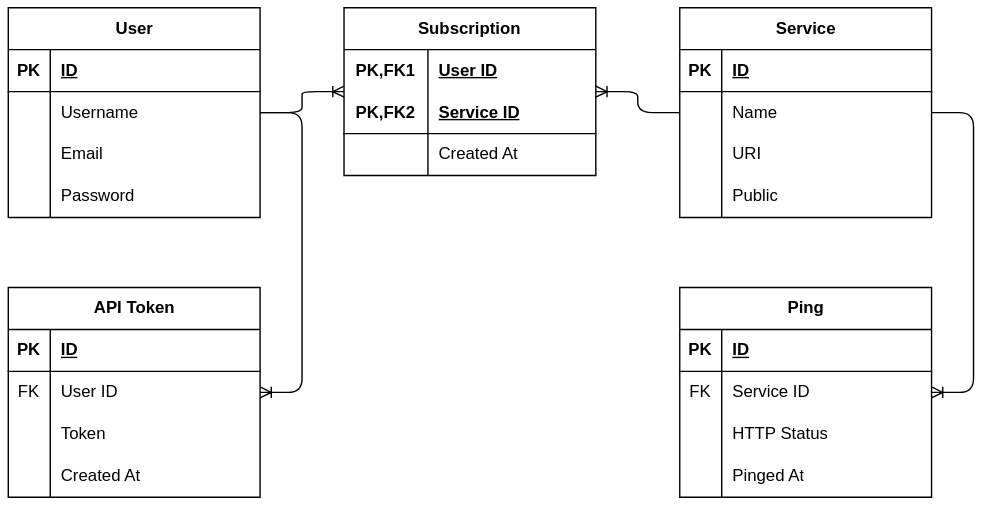
Above: assets/er_schema.drawio.svg in Mikel12455/downtime-panda (draw.io), before the change. Source tidied: cells renumbered, new cells last; positions are measured from the earlier drawing's top-left corner, leaving out a move shared by most shapes.
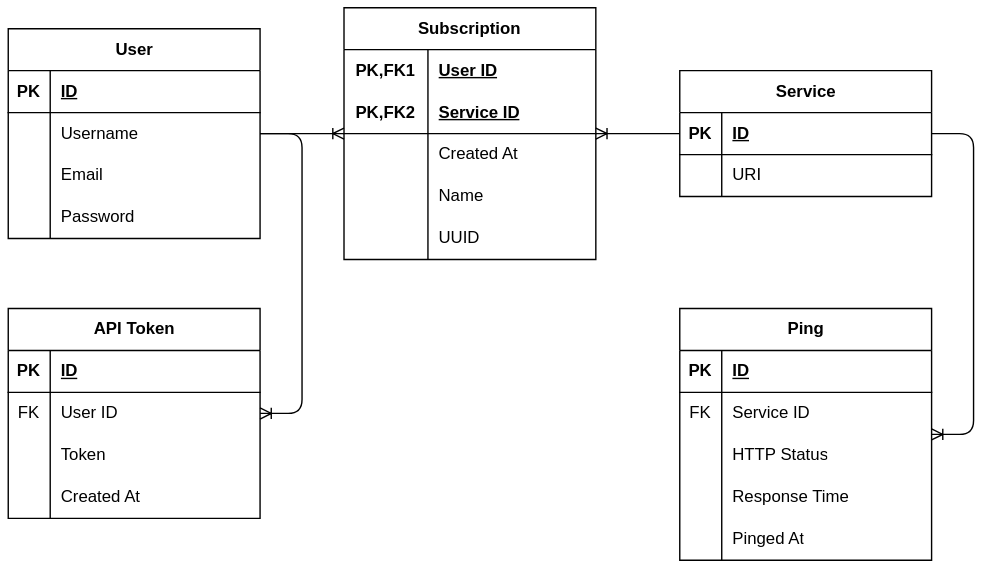
The same file after the commit.

The edit, as a diff of the source:
```diff
@@ -42,7 +42,7 @@
       <mxGeometry x="30" width="150" height="30" as="geometry" />
     </mxCell>
     <mxCell id="15" value="Service" style="shape=table;startSize=30;rowLines=0;fontStyle=1;align=center;html=1;shadow=0;comic=0;" parent="1" vertex="1">
-      <mxGeometry x="480" width="180" height="150" as="geometry" />
+      <mxGeometry x="480" y="30" width="180" height="90" as="geometry" />
     </mxCell>
     <mxCell id="16" style="shape=tableRow;horizontal=0;startSize=0;swimlaneHead=0;swimlaneBody=0;fillColor=none;top=0;left=0;right=0;bottom=1;shadow=0;comic=0;" parent="15" vertex="1">
       <mxGeometry y="30" width="180" height="30" as="geometry" />
@@ -53,17 +53,8 @@
     <mxCell id="18" value="ID" style="shape=partialRectangle;fillColor=none;top=0;left=0;bottom=0;right=0;align=left;spacingLeft=6;fontStyle=5;overflow=hidden;whiteSpace=wrap;html=1;shadow=0;comic=0;" parent="16" vertex="1">
       <mxGeometry x="30" width="150" height="30" as="geometry" />
     </mxCell>
-    <mxCell id="19" style="shape=tableRow;horizontal=0;startSize=0;swimlaneHead=0;swimlaneBody=0;fillColor=none;top=0;left=0;right=0;bottom=0;shadow=0;comic=0;" parent="15" vertex="1">
-      <mxGeometry y="60" width="180" height="30" as="geometry" />
-    </mxCell>
-    <mxCell id="20" style="shape=partialRectangle;fillColor=none;top=0;left=0;bottom=0;right=0;overflow=hidden;whiteSpace=wrap;html=1;shadow=0;comic=0;" parent="19" vertex="1">
-      <mxGeometry width="30" height="30" as="geometry" />
-    </mxCell>
-    <mxCell id="21" value="Name" style="shape=partialRectangle;fillColor=none;top=0;left=0;bottom=0;right=0;align=left;spacingLeft=6;overflow=hidden;whiteSpace=wrap;html=1;shadow=0;comic=0;" parent="19" vertex="1">
-      <mxGeometry x="30" width="150" height="30" as="geometry" />
-    </mxCell>
     <mxCell id="22" style="shape=tableRow;horizontal=0;startSize=0;swimlaneHead=0;swimlaneBody=0;fillColor=none;top=0;left=0;right=0;bottom=0;shadow=0;comic=0;" parent="15" vertex="1">
-      <mxGeometry y="90" width="180" height="30" as="geometry" />
+      <mxGeometry y="60" width="180" height="30" as="geometry" />
     </mxCell>
     <mxCell id="23" style="shape=partialRectangle;fillColor=none;top=0;left=0;bottom=0;right=0;overflow=hidden;whiteSpace=wrap;html=1;shadow=0;comic=0;" parent="22" vertex="1">
       <mxGeometry width="30" height="30" as="geometry" />
@@ -71,17 +62,8 @@
     <mxCell id="24" value="URI" style="shape=partialRectangle;fillColor=none;top=0;left=0;bottom=0;right=0;align=left;spacingLeft=6;overflow=hidden;whiteSpace=wrap;html=1;shadow=0;comic=0;" parent="22" vertex="1">
       <mxGeometry x="30" width="150" height="30" as="geometry" />
     </mxCell>
-    <mxCell id="25" style="shape=tableRow;horizontal=0;startSize=0;swimlaneHead=0;swimlaneBody=0;fillColor=none;top=0;left=0;right=0;bottom=0;shadow=0;comic=0;" parent="15" vertex="1">
-      <mxGeometry y="120" width="180" height="30" as="geometry" />
-    </mxCell>
-    <mxCell id="26" style="shape=partialRectangle;fillColor=none;top=0;left=0;bottom=0;right=0;overflow=hidden;whiteSpace=wrap;html=1;shadow=0;comic=0;" parent="25" vertex="1">
-      <mxGeometry width="30" height="30" as="geometry" />
-    </mxCell>
-    <mxCell id="27" value="Public" style="shape=partialRectangle;fillColor=none;top=0;left=0;bottom=0;right=0;align=left;spacingLeft=6;overflow=hidden;whiteSpace=wrap;html=1;shadow=0;comic=0;" parent="25" vertex="1">
-      <mxGeometry x="30" width="150" height="30" as="geometry" />
-    </mxCell>
     <mxCell id="28" value="Ping" style="shape=table;startSize=30;rowLines=0;fontStyle=1;align=center;html=1;shadow=0;comic=0;" parent="1" vertex="1">
-      <mxGeometry x="480" y="200" width="180" height="150" as="geometry" />
+      <mxGeometry x="480" y="200" width="180" height="180" as="geometry" />
     </mxCell>
     <mxCell id="29" style="shape=tableRow;horizontal=0;startSize=0;swimlaneHead=0;swimlaneBody=0;fillColor=none;top=0;left=0;right=0;bottom=1;shadow=0;comic=0;" parent="28" vertex="1">
       <mxGeometry y="30" width="180" height="30" as="geometry" />
@@ -110,8 +92,17 @@
     <mxCell id="37" value="HTTP Status" style="shape=partialRectangle;fillColor=none;top=0;left=0;bottom=0;right=0;align=left;spacingLeft=6;overflow=hidden;whiteSpace=wrap;html=1;shadow=0;comic=0;" parent="35" vertex="1">
       <mxGeometry x="30" width="150" height="30" as="geometry" />
     </mxCell>
+    <mxCell id="25" style="shape=tableRow;horizontal=0;startSize=0;swimlaneHead=0;swimlaneBody=0;fillColor=none;top=0;left=0;right=0;bottom=0;shadow=0;comic=0;" parent="28" vertex="1">
+      <mxGeometry y="120" width="180" height="30" as="geometry" />
+    </mxCell>
+    <mxCell id="68" style="shape=partialRectangle;fillColor=none;top=0;left=0;bottom=0;right=0;overflow=hidden;whiteSpace=wrap;html=1;shadow=0;comic=0;" parent="25" vertex="1">
+      <mxGeometry width="30" height="30" as="geometry" />
+    </mxCell>
+    <mxCell id="69" value="Response Time" style="shape=partialRectangle;fillColor=none;top=0;left=0;bottom=0;right=0;align=left;spacingLeft=6;overflow=hidden;whiteSpace=wrap;html=1;shadow=0;comic=0;" parent="25" vertex="1">
+      <mxGeometry x="30" width="150" height="30" as="geometry" />
+    </mxCell>
     <mxCell id="38" style="shape=tableRow;horizontal=0;startSize=0;swimlaneHead=0;swimlaneBody=0;fillColor=none;top=0;left=0;right=0;bottom=0;shadow=0;comic=0;" parent="28" vertex="1">
-      <mxGeometry y="120" width="180" height="30" as="geometry" />
+      <mxGeometry y="150" width="180" height="30" as="geometry" />
     </mxCell>
     <mxCell id="39" style="shape=partialRectangle;fillColor=none;top=0;left=0;bottom=0;right=0;overflow=hidden;whiteSpace=wrap;html=1;shadow=0;comic=0;" parent="38" vertex="1">
       <mxGeometry width="30" height="30" as="geometry" />
@@ -127,7 +118,7 @@
       </mxGeometry>
     </mxCell>
     <mxCell id="42" value="Subscription" style="shape=table;startSize=30;rowLines=0;fontStyle=1;align=center;html=1;whiteSpace=wrap;" parent="1" vertex="1">
-      <mxGeometry x="240" width="180" height="120" as="geometry" />
+      <mxGeometry x="240" y="-15" width="180" height="180" as="geometry" />
     </mxCell>
     <mxCell id="43" style="shape=tableRow;horizontal=0;startSize=0;swimlaneHead=0;swimlaneBody=0;fillColor=none;top=0;left=0;right=0;bottom=0;html=1;" parent="42" vertex="1">
       <mxGeometry y="30" width="180" height="30" as="geometry" />
@@ -156,6 +147,24 @@
     <mxCell id="51" value="Created At" style="shape=partialRectangle;fillColor=none;top=0;left=0;bottom=0;right=0;align=left;spacingLeft=6;overflow=hidden;html=1;whiteSpace=wrap;" parent="49" vertex="1">
       <mxGeometry x="60" width="120" height="30" as="geometry" />
     </mxCell>
+    <mxCell id="70" style="shape=tableRow;horizontal=0;startSize=0;swimlaneHead=0;swimlaneBody=0;fillColor=none;top=0;left=0;right=0;bottom=0;html=1;" parent="42" vertex="1">
+      <mxGeometry y="120" width="180" height="30" as="geometry" />
+    </mxCell>
+    <mxCell id="71" style="shape=partialRectangle;fillColor=none;top=0;left=0;bottom=0;right=0;overflow=hidden;html=1;whiteSpace=wrap;" parent="70" vertex="1">
+      <mxGeometry width="60" height="30" as="geometry" />
+    </mxCell>
+    <mxCell id="21" value="Name" style="shape=partialRectangle;fillColor=none;top=0;left=0;bottom=0;right=0;align=left;spacingLeft=6;overflow=hidden;html=1;whiteSpace=wrap;" parent="70" vertex="1">
+      <mxGeometry x="60" width="120" height="30" as="geometry" />
+    </mxCell>
+    <mxCell id="72" style="shape=tableRow;horizontal=0;startSize=0;swimlaneHead=0;swimlaneBody=0;fillColor=none;top=0;left=0;right=0;bottom=0;html=1;" parent="42" vertex="1">
+      <mxGeometry y="150" width="180" height="30" as="geometry" />
+    </mxCell>
+    <mxCell id="73" style="shape=partialRectangle;fillColor=none;top=0;left=0;bottom=0;right=0;overflow=hidden;html=1;whiteSpace=wrap;" parent="72" vertex="1">
+      <mxGeometry width="60" height="30" as="geometry" />
+    </mxCell>
+    <mxCell id="74" value="UUID" style="shape=partialRectangle;fillColor=none;top=0;left=0;bottom=0;right=0;align=left;spacingLeft=6;overflow=hidden;html=1;whiteSpace=wrap;" parent="72" vertex="1">
+      <mxGeometry x="60" width="120" height="30" as="geometry" />
+    </mxCell>
     <mxCell id="52" style="edgeStyle=entityRelationEdgeStyle;fontSize=12;html=1;endArrow=ERoneToMany;" parent="1" edge="1" source="2" target="42">
       <mxGeometry relative="1" as="geometry" />
     </mxCell>
```
